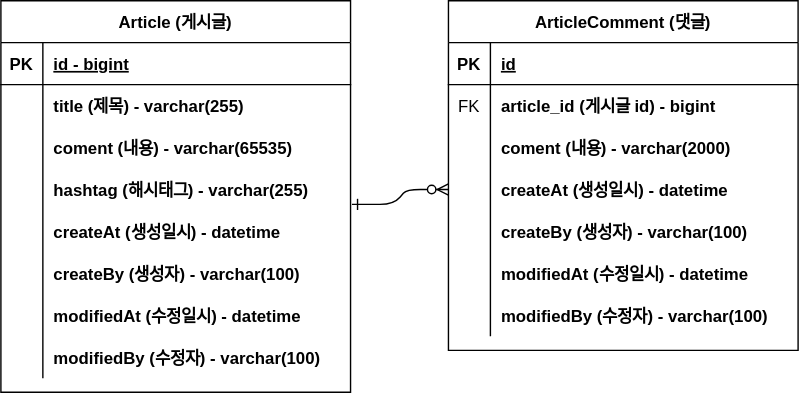
The draw.io diagram docomunet/project-board-erd.svg in kwantke/project-board, before a commit. Source tidied: cells renumbered, new cells last; positions are measured from the earlier drawing's top-left corner, leaving out a move shared by most shapes.
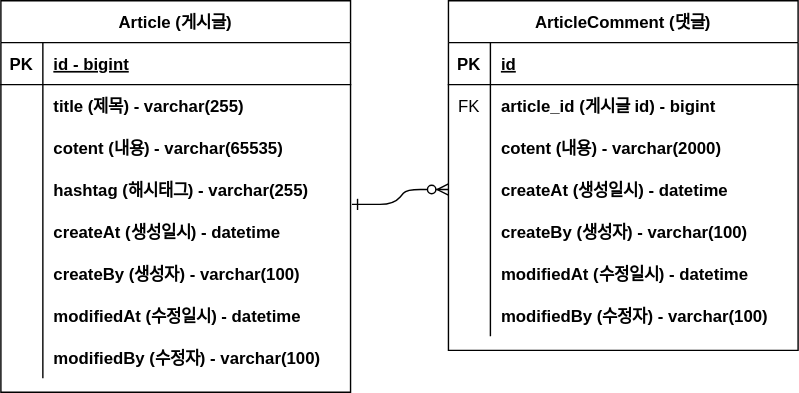
Above is the later version.

Change to the diagram source:
```diff
@@ -32,7 +32,7 @@
     <mxCell id="11" style="shape=partialRectangle;overflow=hidden;fillColor=none;top=0;left=0;bottom=0;right=0;" parent="10" vertex="1">
       <mxGeometry width="30" height="30" as="geometry" />
     </mxCell>
-    <mxCell id="12" value="coment (내용) - varchar(2000)" style="shape=partialRectangle;overflow=hidden;fillColor=none;top=0;left=0;bottom=0;right=0;align=left;spacingLeft=6;fontStyle=1;" parent="10" vertex="1">
+    <mxCell id="12" value="cotent (내용) - varchar(2000)" style="shape=partialRectangle;overflow=hidden;fillColor=none;top=0;left=0;bottom=0;right=0;align=left;spacingLeft=6;fontStyle=1;" parent="10" vertex="1">
       <mxGeometry x="30" width="220" height="30" as="geometry" />
     </mxCell>
     <mxCell id="13" style="shape=partialRectangle;fillColor=none;points=[[0,0.5],[1,0.5]];portConstraint=eastwest;top=0;left=0;right=0;bottom=0;" parent="3" vertex="1">
@@ -98,7 +98,7 @@
     <mxCell id="33" style="shape=partialRectangle;overflow=hidden;fillColor=none;top=0;left=0;bottom=0;right=0;" parent="32" vertex="1">
       <mxGeometry width="30" height="30" as="geometry" />
     </mxCell>
-    <mxCell id="34" value="coment (내용) - varchar(65535)" style="shape=partialRectangle;overflow=hidden;fillColor=none;top=0;left=0;bottom=0;right=0;align=left;spacingLeft=6;fontStyle=1;" parent="32" vertex="1">
+    <mxCell id="34" value="cotent (내용) - varchar(65535)" style="shape=partialRectangle;overflow=hidden;fillColor=none;top=0;left=0;bottom=0;right=0;align=left;spacingLeft=6;fontStyle=1;" parent="32" vertex="1">
       <mxGeometry x="30" width="220" height="30" as="geometry" />
     </mxCell>
     <mxCell id="35" style="shape=partialRectangle;fillColor=none;top=0;left=0;right=0;bottom=0;" parent="25" vertex="1">
```
